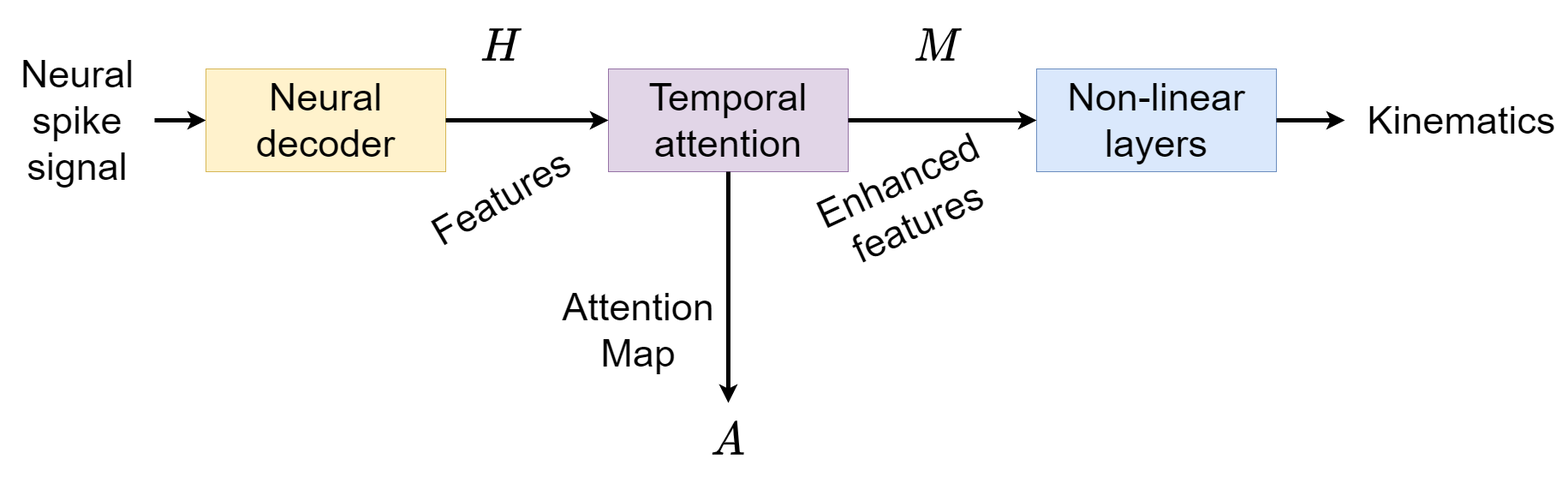
This is Thesis_Wu/Figures/my_pipeline.png from ElektrischesSchaf/Spike_Analysis, a draw.io export, as it was before one commit. Source tidied: cells renumbered, new cells last; positions are measured from the earlier drawing's top-left corner, leaving out a move shared by most shapes.
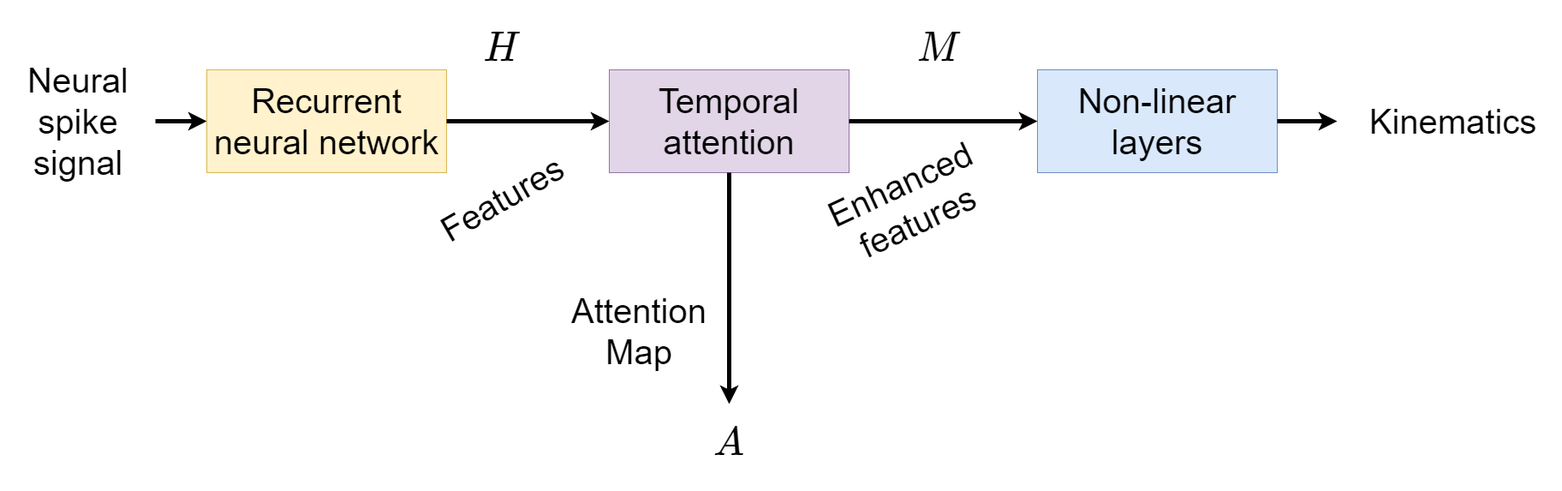
After the commit.

The edit, as a diff of the source:
```diff
@@ -2,54 +2,54 @@
   <root>
     <mxCell id="0" />
     <mxCell id="1" parent="0" />
-    <mxCell id="2" style="endArrow=classic;html=1;fontSize=45;strokeWidth=5;exitX=1;exitY=0.5;exitDx=0;exitDy=0;entryX=0;entryY=0.5;entryDx=0;entryDy=0;" parent="1" edge="1" source="3" target="4">
+    <mxCell id="2" style="endArrow=classic;html=1;fontSize=40;strokeWidth=5;exitX=1;exitY=0.5;exitDx=0;exitDy=0;entryX=0;entryY=0.5;entryDx=0;entryDy=0;" parent="1" edge="1" source="3" target="4">
       <mxGeometry relative="1" as="geometry" />
     </mxCell>
-    <mxCell id="3" value="Neural&lt;br&gt;spike&lt;br&gt;signal" style="text;html=1;strokeColor=none;fillColor=none;align=center;verticalAlign=middle;whiteSpace=wrap;rounded=0;fontSize=45;" parent="1" vertex="1">
+    <mxCell id="3" value="Neural&lt;br style=&quot;font-size: 40px;&quot;&gt;spike&lt;br style=&quot;font-size: 40px;&quot;&gt;signal" style="text;html=1;strokeColor=none;fillColor=none;align=center;verticalAlign=middle;whiteSpace=wrap;rounded=0;fontSize=40;" parent="1" vertex="1">
       <mxGeometry y="105" width="180" height="70" as="geometry" />
     </mxCell>
-    <mxCell id="4" value="Neural&lt;br&gt;decoder" style="rounded=0;whiteSpace=wrap;html=1;fontSize=45;fillColor=#fff2cc;strokeColor=#d6b656;" parent="1" vertex="1">
+    <mxCell id="4" value="Recurrent neural network" style="rounded=0;whiteSpace=wrap;html=1;fontSize=40;fillColor=#fff2cc;strokeColor=#d6b656;" parent="1" vertex="1">
       <mxGeometry x="240" y="80" width="280" height="120" as="geometry" />
     </mxCell>
-    <mxCell id="5" value="Temporal&lt;br&gt;attention" style="rounded=0;whiteSpace=wrap;html=1;fontSize=45;fillColor=#e1d5e7;strokeColor=#9673a6;" parent="1" vertex="1">
+    <mxCell id="5" value="Temporal&lt;br style=&quot;font-size: 40px;&quot;&gt;attention" style="rounded=0;whiteSpace=wrap;html=1;fontSize=40;fillColor=#e1d5e7;strokeColor=#9673a6;" parent="1" vertex="1">
       <mxGeometry x="710" y="80" width="280" height="120" as="geometry" />
     </mxCell>
-    <mxCell id="6" value="Non-linear&lt;br&gt;layers" style="rounded=0;whiteSpace=wrap;html=1;fontSize=45;fillColor=#dae8fc;strokeColor=#6c8ebf;" parent="1" vertex="1">
+    <mxCell id="6" value="Non-linear&lt;br style=&quot;font-size: 40px;&quot;&gt;layers" style="rounded=0;whiteSpace=wrap;html=1;fontSize=40;fillColor=#dae8fc;strokeColor=#6c8ebf;" parent="1" vertex="1">
       <mxGeometry x="1210" y="80" width="280" height="120" as="geometry" />
     </mxCell>
-    <mxCell id="7" value="Features" style="text;html=1;strokeColor=none;fillColor=none;align=center;verticalAlign=middle;whiteSpace=wrap;rounded=0;fontSize=45;rotation=-30;" parent="1" vertex="1">
+    <mxCell id="7" value="Features" style="text;html=1;strokeColor=none;fillColor=none;align=center;verticalAlign=middle;whiteSpace=wrap;rounded=0;fontSize=40;rotation=-30;" parent="1" vertex="1">
       <mxGeometry x="480" y="175" width="210" height="110" as="geometry" />
     </mxCell>
-    <mxCell id="8" value="Enhanced&lt;br&gt;features" style="text;html=1;strokeColor=none;fillColor=none;align=center;verticalAlign=middle;whiteSpace=wrap;rounded=0;fontSize=45;rotation=-25;" parent="1" vertex="1">
+    <mxCell id="8" value="Enhanced&lt;br style=&quot;font-size: 40px;&quot;&gt;features" style="text;html=1;strokeColor=none;fillColor=none;align=center;verticalAlign=middle;whiteSpace=wrap;rounded=0;fontSize=40;rotation=-25;" parent="1" vertex="1">
       <mxGeometry x="955" y="180" width="210" height="110" as="geometry" />
     </mxCell>
-    <mxCell id="9" value="&amp;nbsp;Kinematics" style="text;html=1;strokeColor=none;fillColor=none;align=center;verticalAlign=middle;whiteSpace=wrap;rounded=0;fontSize=45;" parent="1" vertex="1">
-      <mxGeometry x="1570" y="87.5" width="260" height="105" as="geometry" />
+    <mxCell id="9" value="&amp;nbsp;Kinematics" style="text;html=1;strokeColor=none;fillColor=none;align=center;verticalAlign=middle;whiteSpace=wrap;rounded=0;fontSize=40;" parent="1" vertex="1">
+      <mxGeometry x="1560" y="87.5" width="260" height="105" as="geometry" />
     </mxCell>
-    <mxCell id="10" style="endArrow=classic;html=1;fontSize=45;strokeWidth=5;exitX=1;exitY=0.5;exitDx=0;exitDy=0;entryX=0;entryY=0.5;entryDx=0;entryDy=0;" parent="1" edge="1" source="4" target="5">
+    <mxCell id="10" style="endArrow=classic;html=1;fontSize=40;strokeWidth=5;exitX=1;exitY=0.5;exitDx=0;exitDy=0;entryX=0;entryY=0.5;entryDx=0;entryDy=0;" parent="1" edge="1" source="4" target="5">
       <mxGeometry relative="1" as="geometry" />
     </mxCell>
-    <mxCell id="11" value="$$H$$" style="text;html=1;strokeColor=none;fillColor=none;align=center;verticalAlign=middle;whiteSpace=wrap;rounded=0;fontSize=45;rotation=0;" parent="1" vertex="1">
+    <mxCell id="11" value="$$H$$" style="text;html=1;strokeColor=none;fillColor=none;align=center;verticalAlign=middle;whiteSpace=wrap;rounded=0;fontSize=40;rotation=0;" parent="1" vertex="1">
       <mxGeometry x="480" width="210" height="110" as="geometry" />
     </mxCell>
-    <mxCell id="12" style="endArrow=classic;html=1;fontSize=45;strokeWidth=5;exitX=1;exitY=0.5;exitDx=0;exitDy=0;entryX=0;entryY=0.5;entryDx=0;entryDy=0;" parent="1" edge="1" source="5" target="6">
+    <mxCell id="12" style="endArrow=classic;html=1;fontSize=40;strokeWidth=5;exitX=1;exitY=0.5;exitDx=0;exitDy=0;entryX=0;entryY=0.5;entryDx=0;entryDy=0;" parent="1" edge="1" source="5" target="6">
       <mxGeometry relative="1" as="geometry" />
     </mxCell>
-    <mxCell id="13" value="$$M$$" style="text;html=1;strokeColor=none;fillColor=none;align=center;verticalAlign=middle;whiteSpace=wrap;rounded=0;fontSize=45;rotation=0;" parent="1" vertex="1">
+    <mxCell id="13" value="$$M$$" style="text;html=1;strokeColor=none;fillColor=none;align=center;verticalAlign=middle;whiteSpace=wrap;rounded=0;fontSize=40;rotation=0;" parent="1" vertex="1">
       <mxGeometry x="990" width="210" height="110" as="geometry" />
     </mxCell>
-    <mxCell id="14" style="endArrow=classic;html=1;fontSize=45;strokeWidth=5;exitX=0.5;exitY=1;exitDx=0;exitDy=0;" parent="1" edge="1" source="5">
+    <mxCell id="14" style="endArrow=classic;html=1;fontSize=40;strokeWidth=5;exitX=0.5;exitY=1;exitDx=0;exitDy=0;" parent="1" edge="1" source="5">
       <mxGeometry relative="1" as="geometry">
         <mxPoint x="850" y="470" as="targetPoint" />
       </mxGeometry>
     </mxCell>
-    <mxCell id="15" value="Attention Map" style="text;html=1;strokeColor=none;fillColor=none;align=center;verticalAlign=middle;whiteSpace=wrap;rounded=0;fontSize=45;rotation=0;" parent="1" vertex="1">
+    <mxCell id="15" value="Attention Map" style="text;html=1;strokeColor=none;fillColor=none;align=center;verticalAlign=middle;whiteSpace=wrap;rounded=0;fontSize=40;rotation=0;" parent="1" vertex="1">
       <mxGeometry x="640" y="330" width="210" height="110" as="geometry" />
     </mxCell>
-    <mxCell id="16" value="$$A$$" style="text;html=1;strokeColor=none;fillColor=none;align=center;verticalAlign=middle;whiteSpace=wrap;rounded=0;fontSize=45;rotation=0;" parent="1" vertex="1">
+    <mxCell id="16" value="$$A$$" style="text;html=1;strokeColor=none;fillColor=none;align=center;verticalAlign=middle;whiteSpace=wrap;rounded=0;fontSize=40;rotation=0;" parent="1" vertex="1">
       <mxGeometry x="745" y="460" width="210" height="110" as="geometry" />
     </mxCell>
-    <mxCell id="17" style="endArrow=classic;html=1;fontSize=45;strokeWidth=5;exitX=1;exitY=0.5;exitDx=0;exitDy=0;" parent="1" edge="1" source="6" target="9">
+    <mxCell id="17" style="endArrow=classic;html=1;fontSize=40;strokeWidth=5;exitX=1;exitY=0.5;exitDx=0;exitDy=0;" parent="1" edge="1" source="6" target="9">
       <mxGeometry relative="1" as="geometry" />
     </mxCell>
   </root>
```
